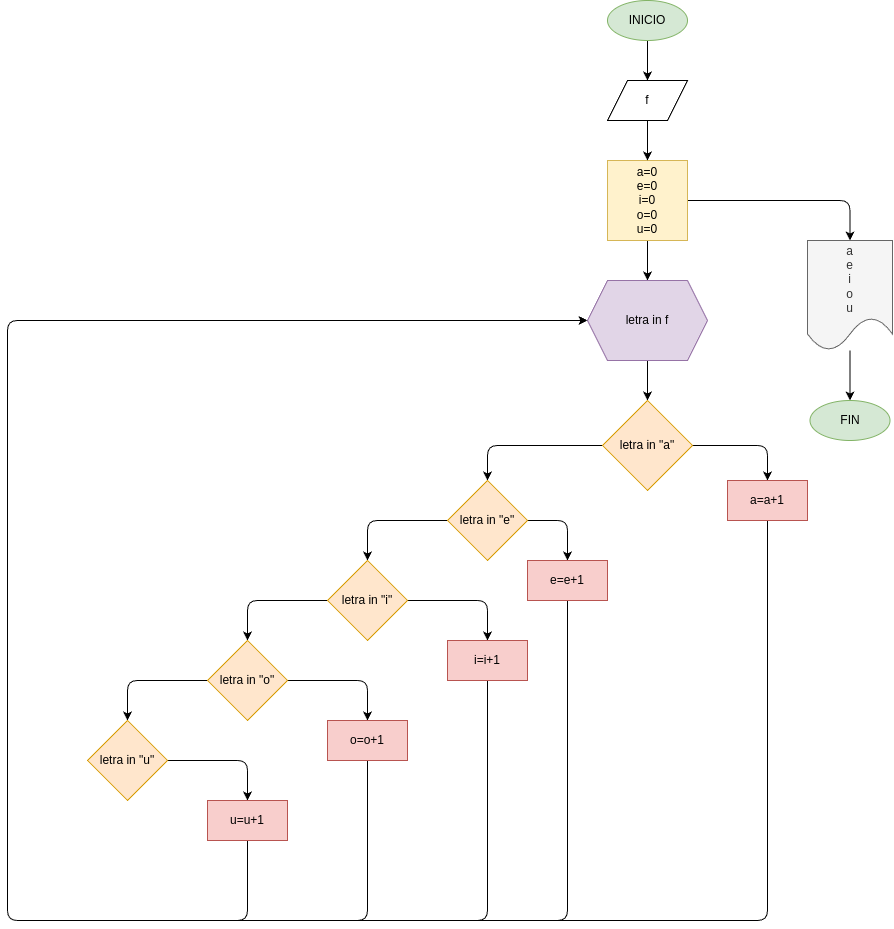
Above: Punto 3/Punto_3.png in lorcrop/comando_for (draw.io), before the change. Source tidied: cells renumbered, new cells last; positions are measured from the earlier drawing's top-left corner, leaving out a move shared by most shapes.
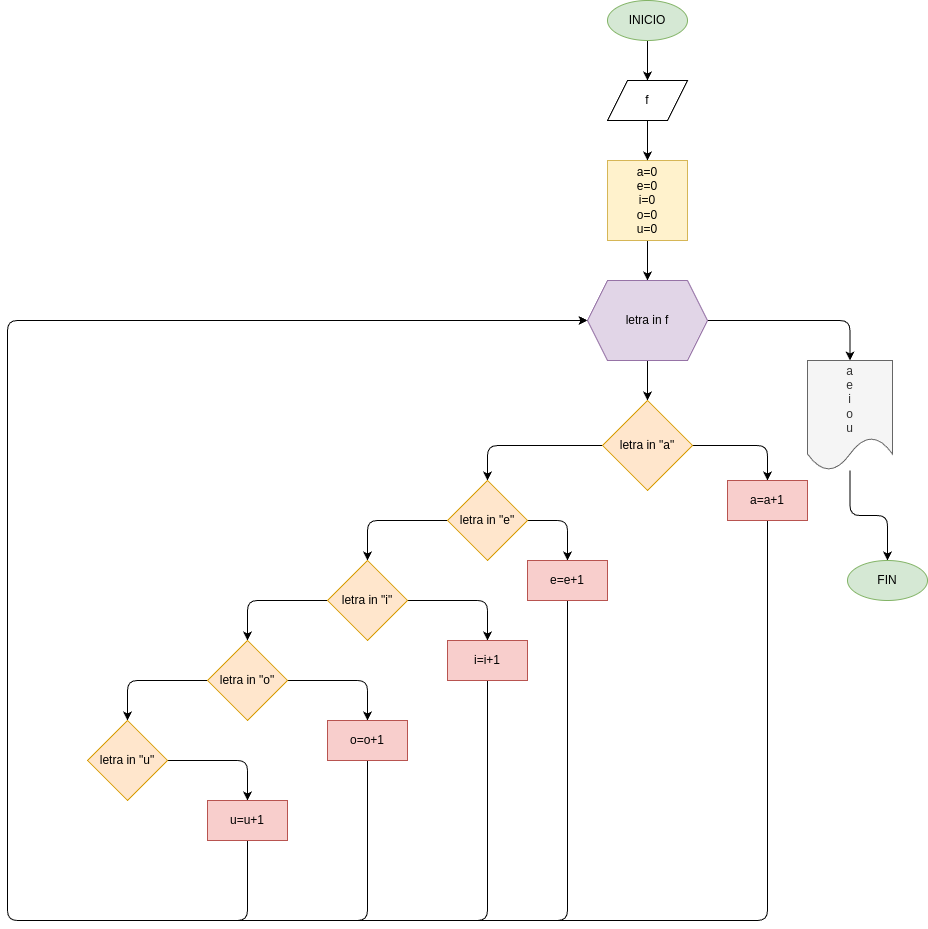
Above is the later version.

The edit, as a diff of the source:
```diff
@@ -11,9 +11,6 @@
     <mxCell id="4" style="edgeStyle=none;html=1;" parent="1" edge="1" source="6" target="10">
       <mxGeometry relative="1" as="geometry" />
     </mxCell>
-    <mxCell id="5" style="edgeStyle=orthogonalEdgeStyle;html=1;entryX=0.5;entryY=0;entryDx=0;entryDy=0;" parent="1" edge="1" source="6" target="36">
-      <mxGeometry relative="1" as="geometry" />
-    </mxCell>
     <mxCell id="6" value="a=0&lt;div&gt;e=0&lt;/div&gt;&lt;div&gt;i=0&lt;/div&gt;&lt;div&gt;o=0&lt;/div&gt;&lt;div&gt;u=0&lt;/div&gt;" style="rounded=0;whiteSpace=wrap;html=1;fillColor=#fff2cc;strokeColor=#d6b656;" parent="1" vertex="1">
       <mxGeometry x="600" y="160" width="80" height="80" as="geometry" />
     </mxCell>
@@ -26,6 +23,9 @@
     <mxCell id="9" style="edgeStyle=none;html=1;" parent="1" edge="1" source="10" target="13">
       <mxGeometry relative="1" as="geometry" />
     </mxCell>
+    <mxCell id="38" style="edgeStyle=orthogonalEdgeStyle;html=1;entryX=0.5;entryY=0;entryDx=0;entryDy=0;" parent="1" edge="1" source="10" target="36">
+      <mxGeometry relative="1" as="geometry" />
+    </mxCell>
     <mxCell id="10" value="letra in f" style="shape=hexagon;perimeter=hexagonPerimeter2;whiteSpace=wrap;html=1;fixedSize=1;fillColor=#e1d5e7;strokeColor=#9673a6;" parent="1" vertex="1">
       <mxGeometry x="580" y="280" width="120" height="80" as="geometry" />
     </mxCell>
@@ -135,10 +135,10 @@
       <mxGeometry relative="1" as="geometry" />
     </mxCell>
     <mxCell id="36" value="a&lt;div&gt;e&lt;/div&gt;&lt;div&gt;i&lt;/div&gt;&lt;div&gt;o&lt;/div&gt;&lt;div&gt;u&lt;/div&gt;" style="shape=document;whiteSpace=wrap;html=1;boundedLbl=1;fillColor=#f5f5f5;strokeColor=#666666;fontColor=#333333;" parent="1" vertex="1">
-      <mxGeometry x="800" y="240" width="85" height="110" as="geometry" />
+      <mxGeometry x="800" y="360" width="85" height="110" as="geometry" />
     </mxCell>
     <mxCell id="37" value="FIN" style="ellipse;whiteSpace=wrap;html=1;fillColor=#d5e8d4;strokeColor=#82b366;" parent="1" vertex="1">
-      <mxGeometry x="802.5" y="400" width="80" height="40" as="geometry" />
+      <mxGeometry x="840" y="560" width="80" height="40" as="geometry" />
     </mxCell>
   </root>
 </mxGraphModel>
```
